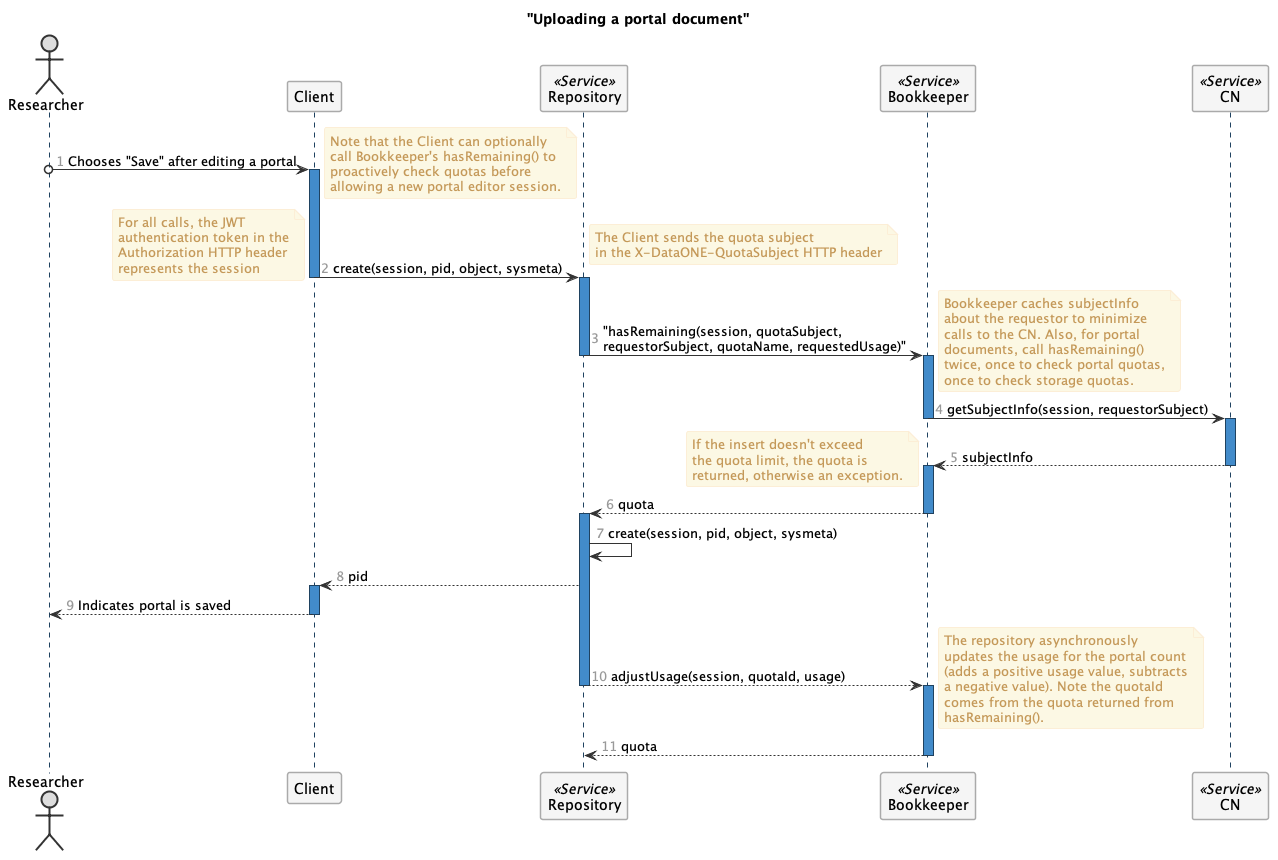
Earlier version of the PlantUML export docs/images/create-portal.png (DataONEorg/bookkeeper).
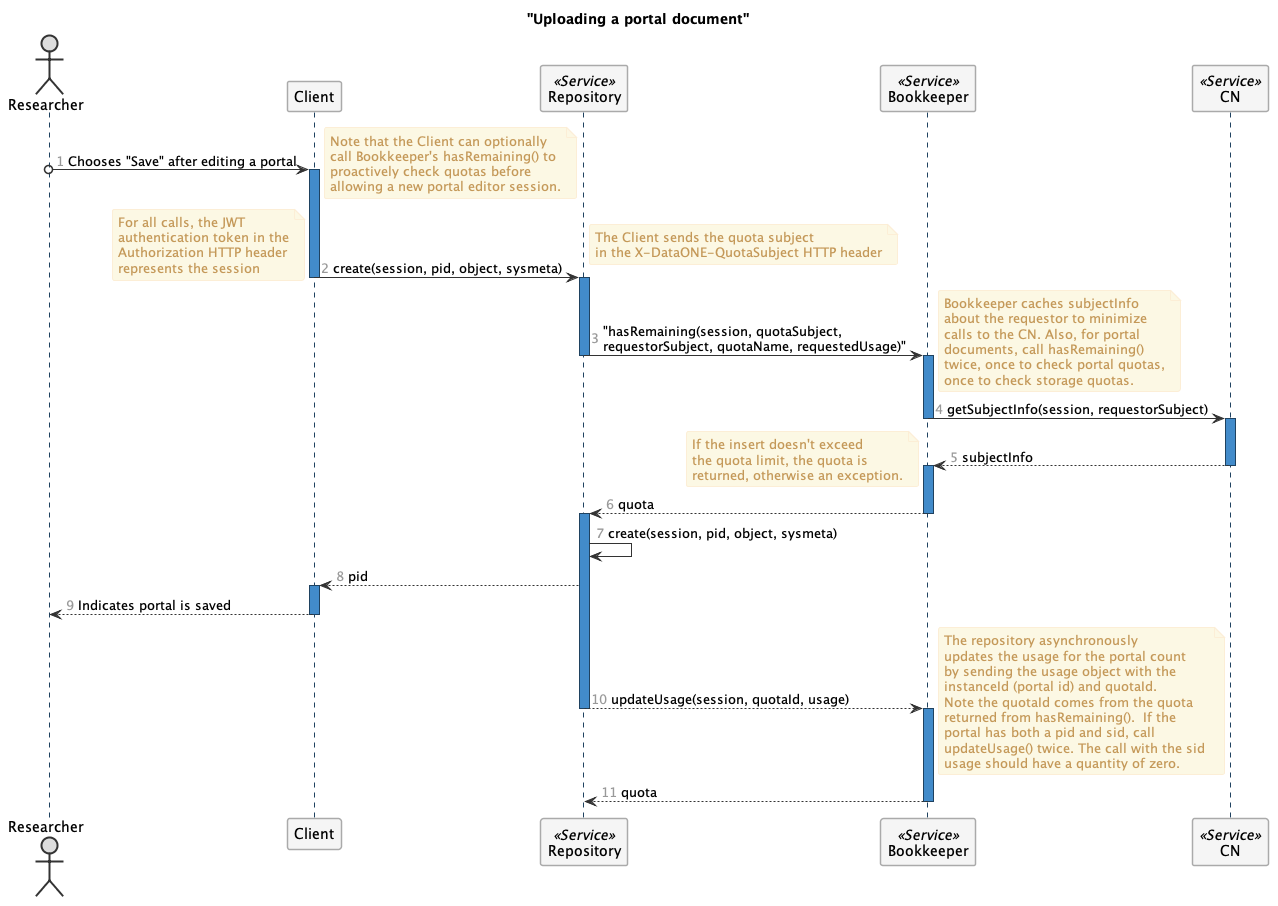
Later version of the same file.

Commit message:
Update portal sequence diagram with new API calls:

We are now using updateUsage() instead of adjustUsage().

What changed in the source:
```diff
@@ -108,17 +108,20 @@
     activate Client
         Client --> Researcher : Indicates portal is saved
     deactivate Client
-    Repository --> Bookkeeper : adjustUsage(session, quotaId, usage)
+    Repository --> Bookkeeper : updateUsage(session, quotaId, usage)
 deactivate Repository
 
 activate Bookkeeper
     note right
         The repository asynchronously
         updates the usage for the portal count
-        (adds a positive usage value, subtracts
-        a negative value). Note the quotaId
-        comes from the quota returned from
-        hasRemaining().
+        by sending the usage object with the
+        instanceId (portal id) and quotaId.
+        Note the quotaId comes from the quota
+        returned from hasRemaining().  If the
+        portal has both a pid and sid, call
+        updateUsage() twice. The call with the sid
+        usage should have a quantity of zero.
     end note
     Bookkeeper --> Repository : quota
 deactivate Bookkeeper
```
